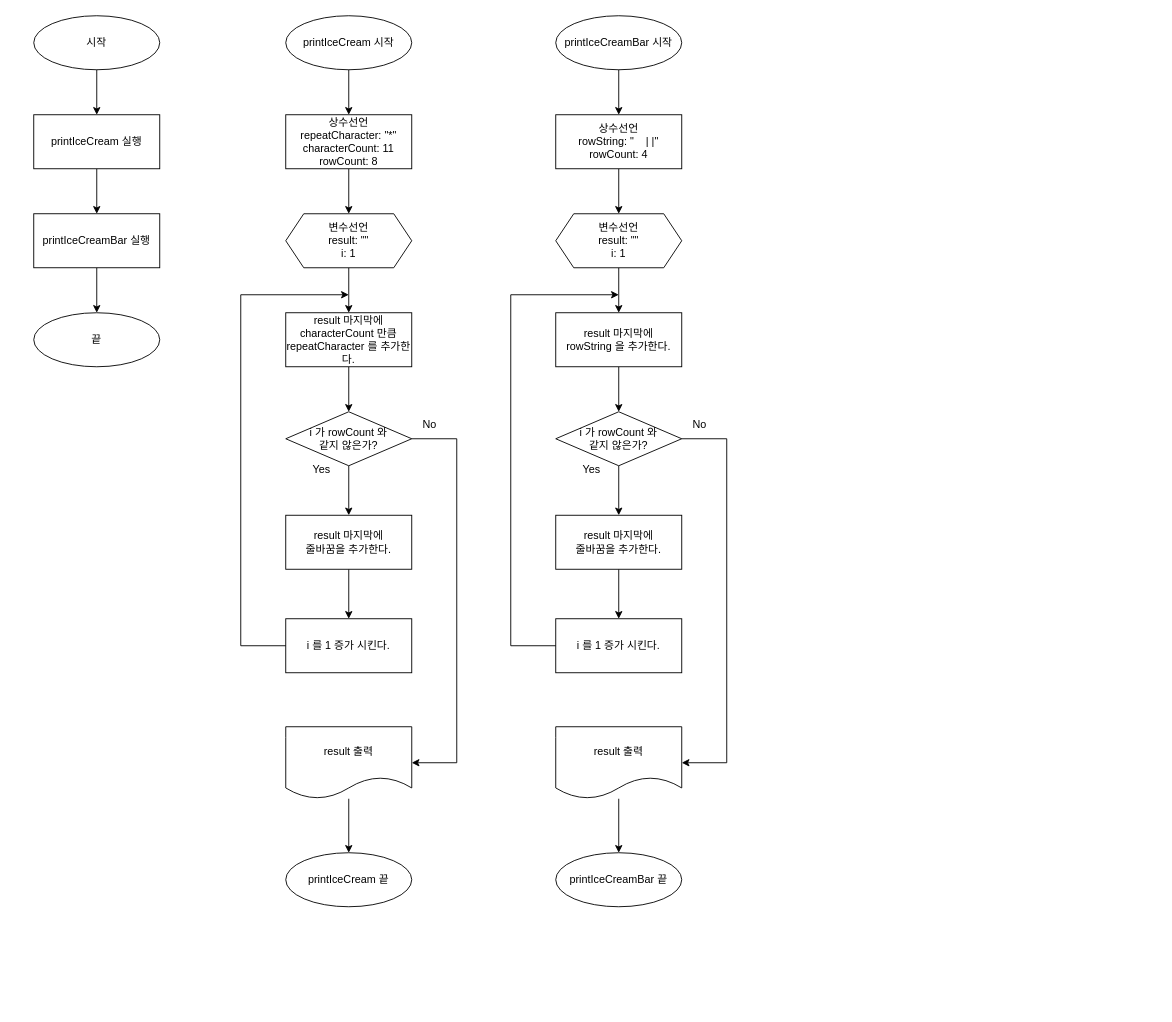
Before: Diagrams/Round1Step2.drawio in yagom-academy/swift-starter-Round1, a draw.io diagram. Source tidied: cells renumbered, new cells numbered last; positions are measured from the earlier drawing's top-left corner, leaving out a move shared by most shapes. Both pictures are drawn from the tidied source at 90%, with x=0, y=0 at pixel (33, 15).
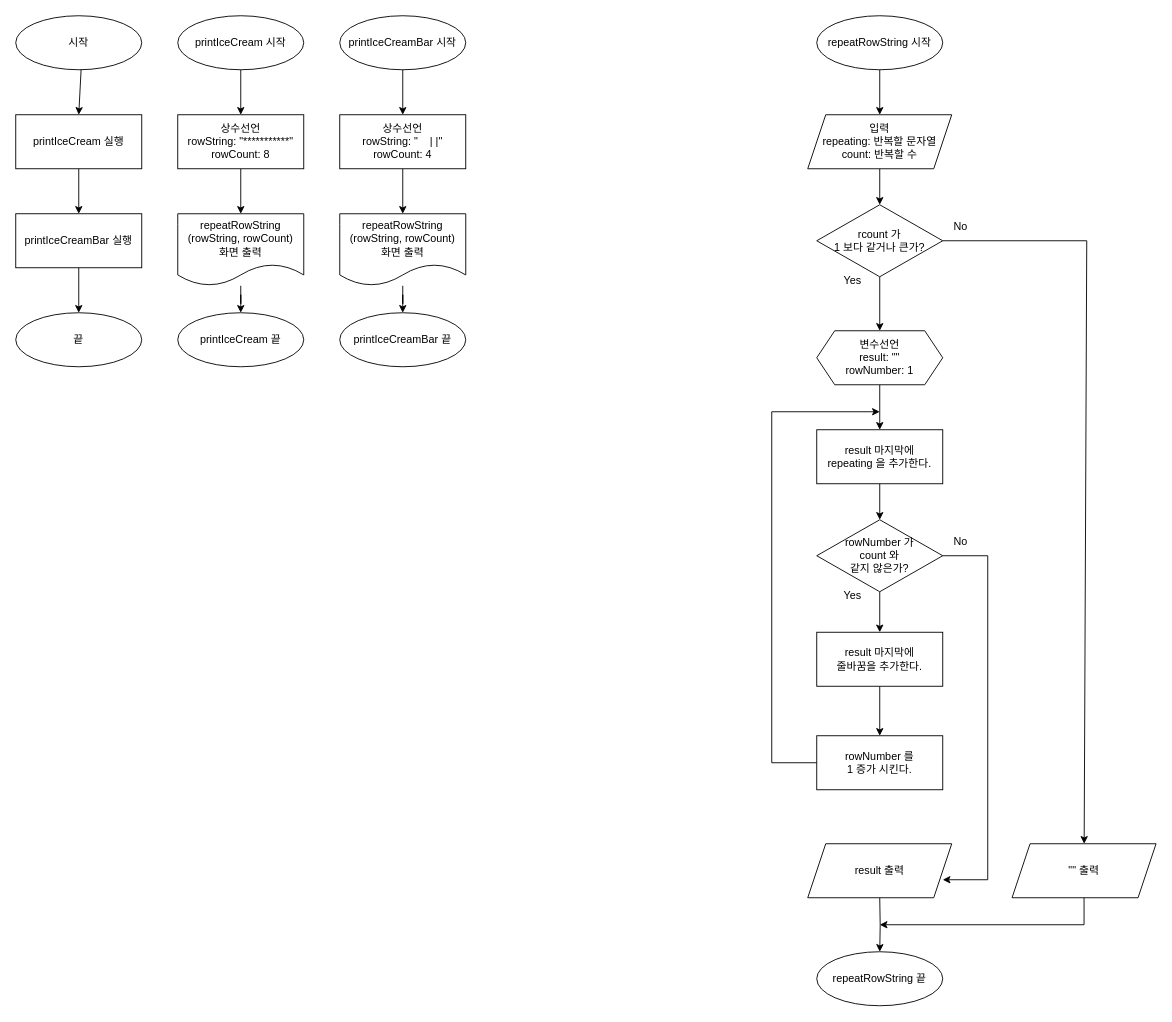
The same page after the edit.

Commit message (it also covers changes not shown here):
Update Round 1 Step 2 diagram.

Change to the diagram source:
```diff
@@
     <mxCell id="2" value="printIceCream 시작" style="ellipse;whiteSpace=wrap;html=1;" parent="1" vertex="1">
-      <mxGeometry x="280" width="140" height="60" as="geometry" />
+      <mxGeometry x="160" width="140" height="60" as="geometry" />
     </mxCell>
-    <mxCell id="3" style="edgeStyle=orthogonalEdgeStyle;rounded=0;jettySize=auto;html=1;" parent="1" edge="1" source="4" target="6">
+    <mxCell id="3" style="edgeStyle=orthogonalEdgeStyle;rounded=0;jettySize=auto;html=1;" parent="1" edge="1" source="4" target="15">
       <mxGeometry relative="1" as="geometry" />
     </mxCell>
-    <mxCell id="4" value="&lt;div&gt;상수선언&lt;br&gt;repeatCharacter: &quot;*&quot;&lt;/div&gt;&lt;div&gt;characterCount: 11&lt;/div&gt;&lt;div&gt;rowCount: 8&lt;/div&gt;" style="rounded=0;whiteSpace=wrap;html=1;" parent="1" vertex="1">
-      <mxGeometry x="280" y="110" width="140" height="60" as="geometry" />
+    <mxCell id="4" value="&lt;div&gt;상수선언&lt;/div&gt;&lt;div&gt;&lt;div&gt;rowString: &quot;***********&quot;&lt;/div&gt;&lt;div&gt;rowCount: 8&lt;/div&gt;&lt;/div&gt;" style="rounded=0;whiteSpace=wrap;html=1;" parent="1" vertex="1">
+      <mxGeometry x="160" y="110" width="140" height="60" as="geometry" />
     </mxCell>
-    <mxCell id="5" style="edgeStyle=orthogonalEdgeStyle;rounded=0;jettySize=auto;html=1;" parent="1" edge="1" source="6" target="10">
-      <mxGeometry relative="1" as="geometry" />
-    </mxCell>
-    <mxCell id="6" value="&lt;div&gt;변수선언&lt;/div&gt;&lt;div&gt;result: &quot;&quot;&lt;/div&gt;&lt;div&gt;i: 1&lt;/div&gt;" style="shape=hexagon;perimeter=hexagonPerimeter2;whiteSpace=wrap;html=1;fixedSize=1;" parent="1" vertex="1">
-      <mxGeometry x="280" y="220" width="140" height="60" as="geometry" />
-    </mxCell>
-    <mxCell id="7" style="edgeStyle=orthogonalEdgeStyle;rounded=0;jettySize=auto;html=1;" parent="1" edge="1" source="8" target="12">
-      <mxGeometry relative="1" as="geometry" />
-    </mxCell>
-    <mxCell id="8" value="i 가 rowCount 와&lt;br&gt;같지 않은가?" style="rhombus;whiteSpace=wrap;html=1;" parent="1" vertex="1">
-      <mxGeometry x="280" y="440" width="140" height="60" as="geometry" />
-    </mxCell>
-    <mxCell id="9" style="edgeStyle=orthogonalEdgeStyle;rounded=0;jettySize=auto;html=1;" parent="1" edge="1" source="10" target="8">
-      <mxGeometry relative="1" as="geometry" />
-    </mxCell>
-    <mxCell id="10" value="result&amp;nbsp;마지막에 characterCount&amp;nbsp;만큼 repeatCharacter 를 추가한다." style="rounded=0;whiteSpace=wrap;html=1;" parent="1" vertex="1">
-      <mxGeometry x="280" y="330" width="140" height="60" as="geometry" />
-    </mxCell>
-    <mxCell id="11" style="edgeStyle=orthogonalEdgeStyle;rounded=0;jettySize=auto;html=1;" parent="1" edge="1" source="12" target="13">
-      <mxGeometry relative="1" as="geometry" />
-    </mxCell>
-    <mxCell id="12" value="result&amp;nbsp;마지막에&lt;br&gt;줄바꿈을 추가한다." style="rounded=0;whiteSpace=wrap;html=1;" parent="1" vertex="1">
-      <mxGeometry x="280" y="555" width="140" height="60" as="geometry" />
-    </mxCell>
-    <mxCell id="13" value="i 를 1 증가 시킨다." style="rounded=0;whiteSpace=wrap;html=1;" parent="1" vertex="1">
-      <mxGeometry x="280" y="670" width="140" height="60" as="geometry" />
-    </mxCell>
@@
-    <mxCell id="15" value="result 출력" style="shape=document;whiteSpace=wrap;html=1;boundedLbl=1;" parent="1" vertex="1">
-      <mxGeometry x="280" y="790" width="140" height="80" as="geometry" />
+    <mxCell id="15" value="repeatRowString&lt;br&gt;(rowString, rowCount)&lt;br&gt;화면 출력" style="shape=document;whiteSpace=wrap;html=1;boundedLbl=1;" parent="1" vertex="1">
+      <mxGeometry x="160" y="220" width="140" height="80" as="geometry" />
     </mxCell>
-    <mxCell id="16" style="endArrow=classic;html=1;rounded=0;" parent="1" edge="1" source="8" target="15">
-      <mxGeometry relative="1" as="geometry">
-        <Array as="points">
-          <mxPoint x="470" y="470" />
-          <mxPoint x="470" y="830" />
-        </Array>
-      </mxGeometry>
-    </mxCell>
-    <mxCell id="17" style="endArrow=classic;html=1;rounded=0;" parent="1" edge="1" source="13">
-      <mxGeometry relative="1" as="geometry">
-        <mxPoint x="350" y="310" as="targetPoint" />
-        <Array as="points">
-          <mxPoint x="230" y="700" />
-          <mxPoint x="230" y="310" />
-        </Array>
-      </mxGeometry>
-    </mxCell>
@@
     <mxCell id="19" value="printIceCream 끝" style="ellipse;whiteSpace=wrap;html=1;" parent="1" vertex="1">
-      <mxGeometry x="280" y="930" width="140" height="60" as="geometry" />
+      <mxGeometry x="160" y="330" width="140" height="60" as="geometry" />
     </mxCell>
-    <mxCell id="20" value="printIceCreamBar 시작" style="ellipse;whiteSpace=wrap;html=1;" parent="1" vertex="1">
-      <mxGeometry x="580" width="140" height="60" as="geometry" />
+    <mxCell id="20" value="repeatRowString 시작" style="ellipse;whiteSpace=wrap;html=1;" parent="1" vertex="1">
+      <mxGeometry x="870" width="140" height="60" as="geometry" />
     </mxCell>
-    <mxCell id="21" style="edgeStyle=orthogonalEdgeStyle;rounded=0;jettySize=auto;html=1;" parent="1" edge="1" source="22" target="24">
-      <mxGeometry relative="1" as="geometry" />
-    </mxCell>
-    <mxCell id="22" value="&lt;div&gt;상수선언&lt;/div&gt;&lt;div&gt;rowString: &quot;&amp;nbsp; &amp;nbsp; | |&quot;&lt;/div&gt;&lt;div&gt;rowCount: 4&lt;/div&gt;" style="rounded=0;whiteSpace=wrap;html=1;" parent="1" vertex="1">
-      <mxGeometry x="580" y="110" width="140" height="60" as="geometry" />
-    </mxCell>
@@
-    <mxCell id="24" value="&lt;div&gt;변수선언&lt;/div&gt;&lt;div&gt;result: &quot;&quot;&lt;/div&gt;&lt;div&gt;i: 1&lt;/div&gt;" style="shape=hexagon;perimeter=hexagonPerimeter2;whiteSpace=wrap;html=1;fixedSize=1;" parent="1" vertex="1">
-      <mxGeometry x="580" y="220" width="140" height="60" as="geometry" />
+    <mxCell id="24" value="&lt;div&gt;변수선언&lt;/div&gt;&lt;div&gt;result: &quot;&quot;&lt;/div&gt;&lt;div&gt;rowNumber: 1&lt;/div&gt;" style="shape=hexagon;perimeter=hexagonPerimeter2;whiteSpace=wrap;html=1;fixedSize=1;" parent="1" vertex="1">
+      <mxGeometry x="870" y="350" width="140" height="60" as="geometry" />
     </mxCell>
@@
-    <mxCell id="26" value="i 가 rowCount 와&lt;br&gt;같지 않은가?" style="rhombus;whiteSpace=wrap;html=1;" parent="1" vertex="1">
-      <mxGeometry x="580" y="440" width="140" height="60" as="geometry" />
+    <mxCell id="26" value="rowNumber&amp;nbsp;가 &lt;br&gt;count 와&lt;br&gt;같지 않은가?" style="rhombus;whiteSpace=wrap;html=1;" parent="1" vertex="1">
+      <mxGeometry x="870" y="560" width="140" height="80" as="geometry" />
     </mxCell>
@@
-    <mxCell id="28" value="result&amp;nbsp;마지막에&lt;br&gt;rowString 을 추가한다." style="rounded=0;whiteSpace=wrap;html=1;" parent="1" vertex="1">
-      <mxGeometry x="580" y="330" width="140" height="60" as="geometry" />
+    <mxCell id="28" value="result&amp;nbsp;마지막에&lt;br&gt;repeating&amp;nbsp;을 추가한다." style="rounded=0;whiteSpace=wrap;html=1;" parent="1" vertex="1">
+      <mxGeometry x="870" y="460" width="140" height="60" as="geometry" />
     </mxCell>
@@
     <mxCell id="30" value="result&amp;nbsp;마지막에&lt;br&gt;줄바꿈을 추가한다." style="rounded=0;whiteSpace=wrap;html=1;" parent="1" vertex="1">
-      <mxGeometry x="580" y="555" width="140" height="60" as="geometry" />
+      <mxGeometry x="870" y="685" width="140" height="60" as="geometry" />
     </mxCell>
-    <mxCell id="31" value="i 를 1 증가 시킨다." style="rounded=0;whiteSpace=wrap;html=1;" parent="1" vertex="1">
-      <mxGeometry x="580" y="670" width="140" height="60" as="geometry" />
+    <mxCell id="31" value="rowNumber&amp;nbsp;를&lt;br&gt;1 증가 시킨다." style="rounded=0;whiteSpace=wrap;html=1;" parent="1" vertex="1">
+      <mxGeometry x="870" y="800" width="140" height="60" as="geometry" />
     </mxCell>
-    <mxCell id="32" style="edgeStyle=orthogonalEdgeStyle;rounded=0;jettySize=auto;html=1;" parent="1" edge="1" source="33" target="37">
-      <mxGeometry relative="1" as="geometry" />
+    <mxCell id="32" style="edgeStyle=orthogonalEdgeStyle;rounded=0;jettySize=auto;html=1;" parent="1" edge="1" target="37">
+      <mxGeometry relative="1" as="geometry">
+        <mxPoint x="940" y="980" as="sourcePoint" />
+      </mxGeometry>
     </mxCell>
-    <mxCell id="33" value="result 출력" style="shape=document;whiteSpace=wrap;html=1;boundedLbl=1;" parent="1" vertex="1">
-      <mxGeometry x="580" y="790" width="140" height="80" as="geometry" />
-    </mxCell>
-    <mxCell id="34" style="endArrow=classic;html=1;rounded=0;" parent="1" edge="1" source="26" target="33">
+    <mxCell id="34" style="endArrow=classic;html=1;rounded=0;" parent="1" edge="1" source="26">
       <mxGeometry relative="1" as="geometry">
+        <mxPoint x="1010" y="960" as="targetPoint" />
         <Array as="points">
-          <mxPoint x="770" y="470" />
-          <mxPoint x="770" y="830" />
+          <mxPoint x="1060" y="600" />
+          <mxPoint x="1060" y="960" />
         </Array>
       </mxGeometry>
     </mxCell>
     <mxCell id="35" style="endArrow=classic;html=1;rounded=0;" parent="1" edge="1" source="31">
       <mxGeometry relative="1" as="geometry">
-        <mxPoint x="650" y="310" as="targetPoint" />
+        <mxPoint x="940" y="440" as="targetPoint" />
         <Array as="points">
-          <mxPoint x="530" y="700" />
-          <mxPoint x="530" y="310" />
+          <mxPoint x="820" y="830" />
+          <mxPoint x="820" y="440" />
         </Array>
       </mxGeometry>
     </mxCell>
-    <mxCell id="36" style="endArrow=classic;html=1;rounded=0;" parent="1" edge="1" source="20" target="22">
-      <mxGeometry relative="1" as="geometry" />
+    <mxCell id="36" style="endArrow=classic;html=1;rounded=0;" parent="1" edge="1" source="20">
+      <mxGeometry relative="1" as="geometry">
+        <mxPoint x="940" y="110" as="targetPoint" />
+      </mxGeometry>
     </mxCell>
-    <mxCell id="37" value="printIceCreamBar 끝" style="ellipse;whiteSpace=wrap;html=1;" parent="1" vertex="1">
-      <mxGeometry x="580" y="930" width="140" height="60" as="geometry" />
+    <mxCell id="37" value="repeatRowString 끝" style="ellipse;whiteSpace=wrap;html=1;" parent="1" vertex="1">
+      <mxGeometry x="870" y="1040" width="140" height="60" as="geometry" />
     </mxCell>
     <mxCell id="38" value="시작" style="ellipse;whiteSpace=wrap;html=1;" parent="1" vertex="1">
-      <mxGeometry width="140" height="60" as="geometry" />
+      <mxGeometry x="-20" width="140" height="60" as="geometry" />
     </mxCell>
@@
     <mxCell id="40" value="printIceCream 실행" style="rounded=0;whiteSpace=wrap;html=1;" parent="1" vertex="1">
-      <mxGeometry y="110" width="140" height="60" as="geometry" />
+      <mxGeometry x="-20" y="110" width="140" height="60" as="geometry" />
     </mxCell>
@@
     <mxCell id="42" value="printIceCreamBar 실행" style="rounded=0;whiteSpace=wrap;html=1;" parent="1" vertex="1">
-      <mxGeometry y="220" width="140" height="60" as="geometry" />
+      <mxGeometry x="-20" y="220" width="140" height="60" as="geometry" />
     </mxCell>
     <mxCell id="43" value="끝" style="ellipse;whiteSpace=wrap;html=1;" parent="1" vertex="1">
-      <mxGeometry y="330" width="140" height="60" as="geometry" />
+      <mxGeometry x="-20" y="330" width="140" height="60" as="geometry" />
     </mxCell>
@@
+    <mxCell id="46" value="Yes&lt;br&gt;" style="text;html=1;strokeColor=none;fillColor=none;align=center;verticalAlign=middle;whiteSpace=wrap;rounded=0;" parent="1" vertex="1">
+      <mxGeometry x="880" y="630" width="60" height="30" as="geometry" />
+    </mxCell>
+    <mxCell id="48" value="No" style="text;html=1;strokeColor=none;fillColor=none;align=center;verticalAlign=middle;whiteSpace=wrap;rounded=0;" parent="1" vertex="1">
+      <mxGeometry x="1000" y="570" width="60" height="30" as="geometry" />
+    </mxCell>
+    <mxCell id="49" value="printIceCreamBar&amp;nbsp;시작" style="ellipse;whiteSpace=wrap;html=1;" parent="1" vertex="1">
+      <mxGeometry x="340" width="140" height="60" as="geometry" />
+    </mxCell>
+    <mxCell id="50" style="edgeStyle=orthogonalEdgeStyle;rounded=0;jettySize=auto;html=1;" parent="1" edge="1" source="22" target="52">
+      <mxGeometry relative="1" as="geometry" />
+    </mxCell>
+    <mxCell id="22" value="&lt;div style=&quot;border-color: var(--border-color);&quot;&gt;상수선언&lt;/div&gt;&lt;div style=&quot;border-color: var(--border-color);&quot;&gt;rowString: &quot;&amp;nbsp; &amp;nbsp; | |&quot;&lt;/div&gt;&lt;div style=&quot;border-color: var(--border-color);&quot;&gt;rowCount: 4&lt;/div&gt;" style="rounded=0;whiteSpace=wrap;html=1;" parent="1" vertex="1">
+      <mxGeometry x="340" y="110" width="140" height="60" as="geometry" />
+    </mxCell>
+    <mxCell id="51" style="edgeStyle=orthogonalEdgeStyle;rounded=0;jettySize=auto;html=1;" parent="1" edge="1" source="52" target="54">
+      <mxGeometry relative="1" as="geometry" />
+    </mxCell>
+    <mxCell id="52" value="repeatRowString&lt;br&gt;(rowString, rowCount)&lt;br&gt;화면 출력" style="shape=document;whiteSpace=wrap;html=1;boundedLbl=1;" parent="1" vertex="1">
+      <mxGeometry x="340" y="220" width="140" height="80" as="geometry" />
+    </mxCell>
+    <mxCell id="53" style="endArrow=classic;html=1;rounded=0;" parent="1" edge="1" source="49" target="22">
+      <mxGeometry relative="1" as="geometry" />
+    </mxCell>
+    <mxCell id="54" value="printIceCreamBar&amp;nbsp;끝" style="ellipse;whiteSpace=wrap;html=1;" parent="1" vertex="1">
+      <mxGeometry x="340" y="330" width="140" height="60" as="geometry" />
+    </mxCell>
+    <mxCell id="55" style="edgeStyle=orthogonalEdgeStyle;rounded=0;jettySize=auto;html=1;" parent="1" edge="1" source="56" target="58">
+      <mxGeometry relative="1" as="geometry" />
+    </mxCell>
+    <mxCell id="56" value="&lt;div&gt;입력&lt;br&gt;repeating: 반복할 문자열&lt;/div&gt;&lt;div&gt;count: 반복할 수&lt;/div&gt;" style="shape=parallelogram;perimeter=parallelogramPerimeter;whiteSpace=wrap;html=1;fixedSize=1;" parent="1" vertex="1">
+      <mxGeometry x="860" y="110" width="160" height="60" as="geometry" />
+    </mxCell>
+    <mxCell id="33" value="&lt;div&gt;result 출력&lt;/div&gt;" style="shape=parallelogram;perimeter=parallelogramPerimeter;whiteSpace=wrap;html=1;fixedSize=1;" parent="1" vertex="1">
+      <mxGeometry x="860" y="920" width="160" height="60" as="geometry" />
+    </mxCell>
+    <mxCell id="57" style="edgeStyle=orthogonalEdgeStyle;rounded=0;jettySize=auto;html=1;" parent="1" edge="1" source="58" target="24">
+      <mxGeometry relative="1" as="geometry" />
+    </mxCell>
+    <mxCell id="58" value="rcount 가&lt;br&gt;1 보다 같거나 큰가?" style="rhombus;whiteSpace=wrap;html=1;" parent="1" vertex="1">
+      <mxGeometry x="870" y="210" width="140" height="80" as="geometry" />
+    </mxCell>
     <mxCell id="45" value="Yes&lt;br&gt;" style="text;html=1;strokeColor=none;fillColor=none;align=center;verticalAlign=middle;whiteSpace=wrap;rounded=0;" parent="1" vertex="1">
-      <mxGeometry x="290" y="490" width="60" height="30" as="geometry" />
+      <mxGeometry x="880" y="280" width="60" height="30" as="geometry" />
     </mxCell>
-    <mxCell id="46" value="Yes&lt;br&gt;" style="text;html=1;strokeColor=none;fillColor=none;align=center;verticalAlign=middle;whiteSpace=wrap;rounded=0;" parent="1" vertex="1">
-      <mxGeometry x="590" y="490" width="60" height="30" as="geometry" />
-    </mxCell>
     <mxCell id="47" value="No" style="text;html=1;strokeColor=none;fillColor=none;align=center;verticalAlign=middle;whiteSpace=wrap;rounded=0;" parent="1" vertex="1">
-      <mxGeometry x="410" y="440" width="60" height="30" as="geometry" />
+      <mxGeometry x="1000" y="220" width="60" height="30" as="geometry" />
     </mxCell>
-    <mxCell id="48" value="No" style="text;html=1;strokeColor=none;fillColor=none;align=center;verticalAlign=middle;whiteSpace=wrap;rounded=0;" parent="1" vertex="1">
-      <mxGeometry x="710" y="440" width="60" height="30" as="geometry" />
-    </mxCell>
+    <mxCell id="59" value="&quot;&quot; 출력" style="shape=parallelogram;perimeter=parallelogramPerimeter;whiteSpace=wrap;html=1;fixedSize=1;" parent="1" vertex="1">
+      <mxGeometry x="1087" y="920" width="160" height="60" as="geometry" />
+    </mxCell>
+    <mxCell id="60" style="endArrow=classic;html=1;rounded=0;" parent="1" edge="1" source="58" target="59">
+      <mxGeometry relative="1" as="geometry">
+        <Array as="points">
+          <mxPoint x="1170" y="250" />
+        </Array>
+      </mxGeometry>
+    </mxCell>
+    <mxCell id="61" style="endArrow=classic;html=1;rounded=0;" parent="1" edge="1" source="59">
+      <mxGeometry relative="1" as="geometry">
+        <mxPoint x="940" y="1010" as="targetPoint" />
+        <Array as="points">
+          <mxPoint x="1167" y="1010" />
+        </Array>
+      </mxGeometry>
+    </mxCell>
```
